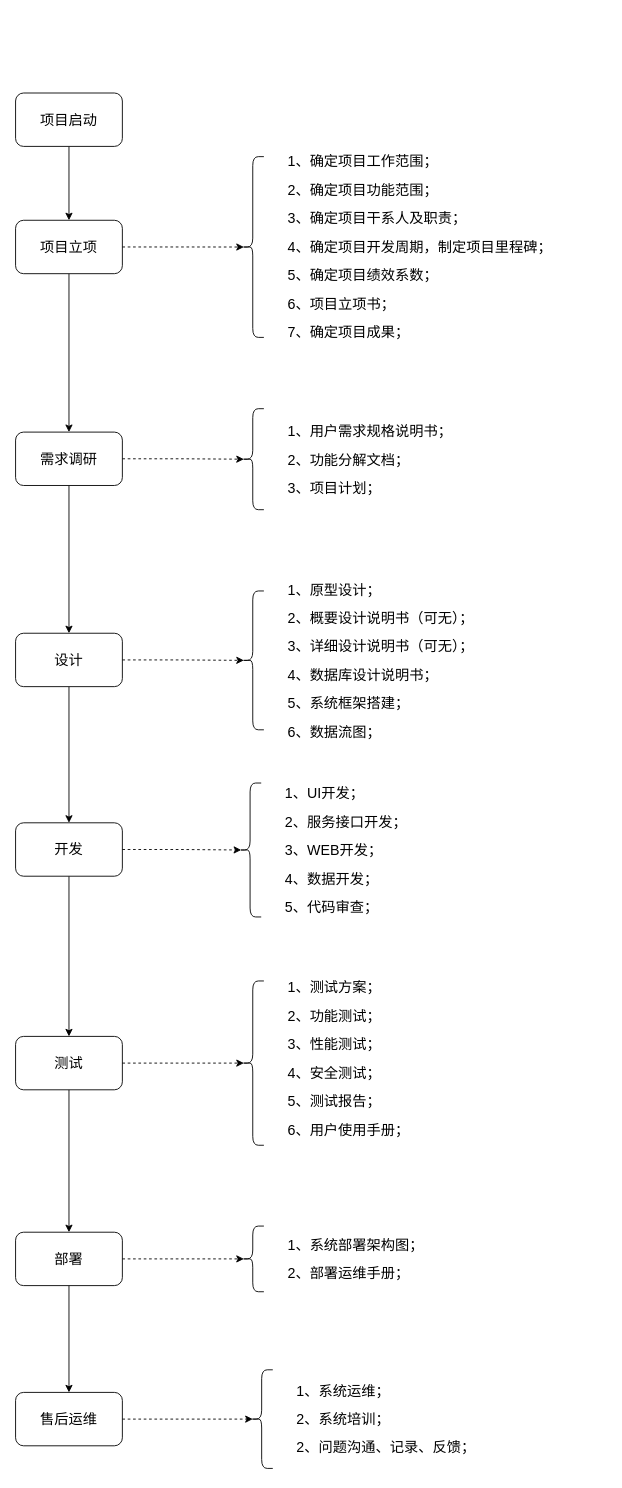
z-cloud-z/draw keeps this draw.io diagram as 项目管理&绩效考核.drawio. Above is the earlier version. Source tidied: cells renumbered, new cells numbered last; positions are measured from the earlier drawing's top-left corner, leaving out a move shared by most shapes. Both pictures are drawn from the tidied source at 89%, with x=0, y=0 at pixel (15, 93).
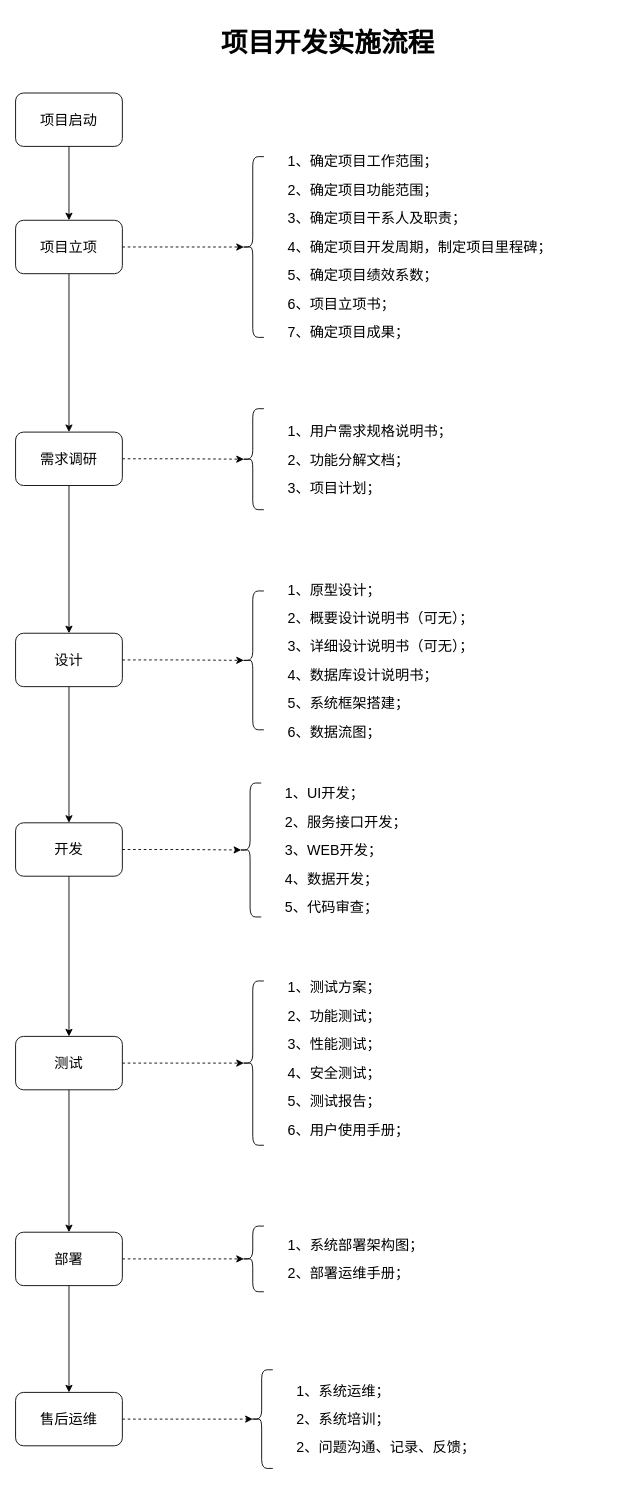
Above is the later version.

Commit message:
更新项目管理&绩效考核.drawio

The edit, as a diff of the source:
```diff
@@
+    <mxCell id="45" value="项目开发实施流程" style="text;html=1;strokeColor=none;fillColor=none;align=center;verticalAlign=middle;whiteSpace=wrap;rounded=0;fontSize=30;fontStyle=1;" parent="1" vertex="1">
+      <mxGeometry x="151" y="-87" width="400" height="60" as="geometry" />
+    </mxCell>
```
